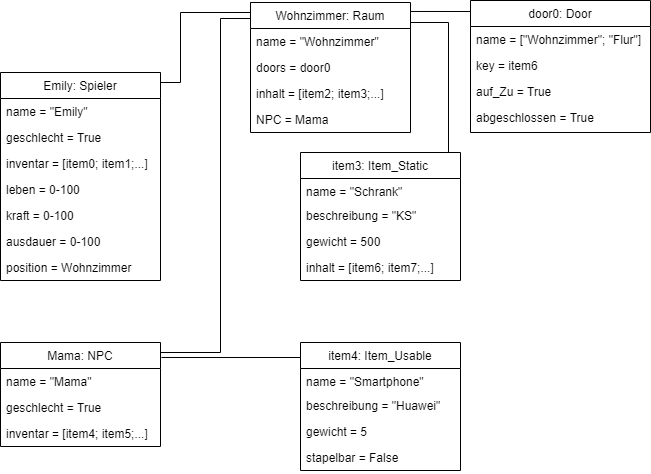
Above: Objektdiagramm.png in Elegond/AE-Text-Adventure (draw.io), before the change. Source tidied: cells renumbered, new cells last; positions are measured from the earlier drawing's top-left corner, leaving out a move shared by most shapes.
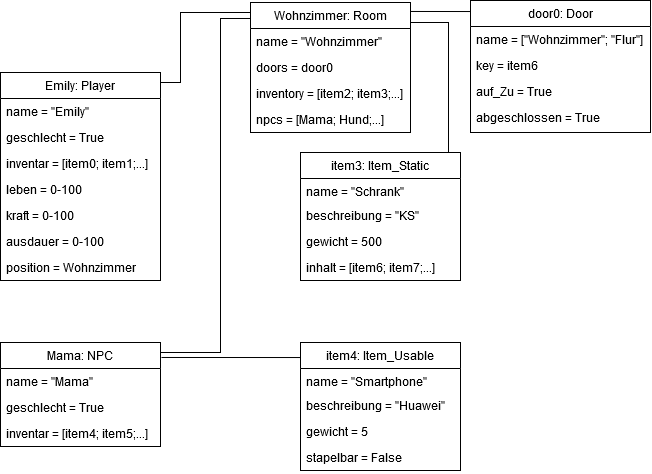
Above is the later version.

What changed in the source:
```diff
@@ -31,7 +31,7 @@
         </Array>
       </mxGeometry>
     </mxCell>
-    <mxCell id="8" value="Wohnzimmer: Raum" style="swimlane;fontStyle=0;align=center;verticalAlign=top;horizontal=1;startSize=26;rounded=0;shadow=0;strokeWidth=1;" parent="1" vertex="1">
+    <mxCell id="8" value="Wohnzimmer: Room" style="swimlane;fontStyle=0;align=center;verticalAlign=top;horizontal=1;startSize=26;rounded=0;shadow=0;strokeWidth=1;" parent="1" vertex="1">
       <mxGeometry x="250" y="2" width="160" height="130" as="geometry" />
     </mxCell>
     <mxCell id="9" value="name = &quot;Wohnzimmer&quot;" style="text;align=left;verticalAlign=top;spacingLeft=4;spacingRight=4;overflow=hidden;" parent="8" vertex="1">
@@ -40,10 +40,10 @@
     <mxCell id="10" value="doors = door0" style="text;align=left;verticalAlign=top;spacingLeft=4;spacingRight=4;overflow=hidden;" parent="8" vertex="1">
       <mxGeometry y="52" width="160" height="26" as="geometry" />
     </mxCell>
-    <mxCell id="11" value="inhalt = [item2; item3;...]" style="text;align=left;verticalAlign=top;spacingLeft=4;spacingRight=4;overflow=hidden;" parent="8" vertex="1">
+    <mxCell id="11" value="inventory = [item2; item3;...]" style="text;align=left;verticalAlign=top;spacingLeft=4;spacingRight=4;overflow=hidden;" parent="8" vertex="1">
       <mxGeometry y="78" width="160" height="26" as="geometry" />
     </mxCell>
-    <mxCell id="12" value="NPC = Mama" style="text;align=left;verticalAlign=top;spacingLeft=4;spacingRight=4;overflow=hidden;" parent="8" vertex="1">
+    <mxCell id="12" value="npcs = [Mama; Hund;...]" style="text;align=left;verticalAlign=top;spacingLeft=4;spacingRight=4;overflow=hidden;" parent="8" vertex="1">
       <mxGeometry y="104" width="160" height="26" as="geometry" />
     </mxCell>
     <mxCell id="13" style="edgeStyle=orthogonalEdgeStyle;rounded=0;jettySize=auto;html=1;exitX=1;exitY=0;exitDx=0;exitDy=0;entryX=0;entryY=0;entryDx=0;entryDy=0;endArrow=none;endFill=0;" parent="1" edge="1" source="14" target="8">
@@ -56,7 +56,7 @@
         </Array>
       </mxGeometry>
     </mxCell>
-    <mxCell id="14" value="Emily: Spieler " style="swimlane;fontStyle=0;align=center;verticalAlign=top;horizontal=1;startSize=26;rounded=0;shadow=0;strokeWidth=1;" parent="1" vertex="1">
+    <mxCell id="14" value="Emily: Player " style="swimlane;fontStyle=0;align=center;verticalAlign=top;horizontal=1;startSize=26;rounded=0;shadow=0;strokeWidth=1;" parent="1" vertex="1">
       <mxGeometry y="72" width="160" height="208" as="geometry" />
     </mxCell>
     <mxCell id="15" value="name = &quot;Emily&quot;" style="text;align=left;verticalAlign=top;spacingLeft=4;spacingRight=4;overflow=hidden;" parent="14" vertex="1">
```
